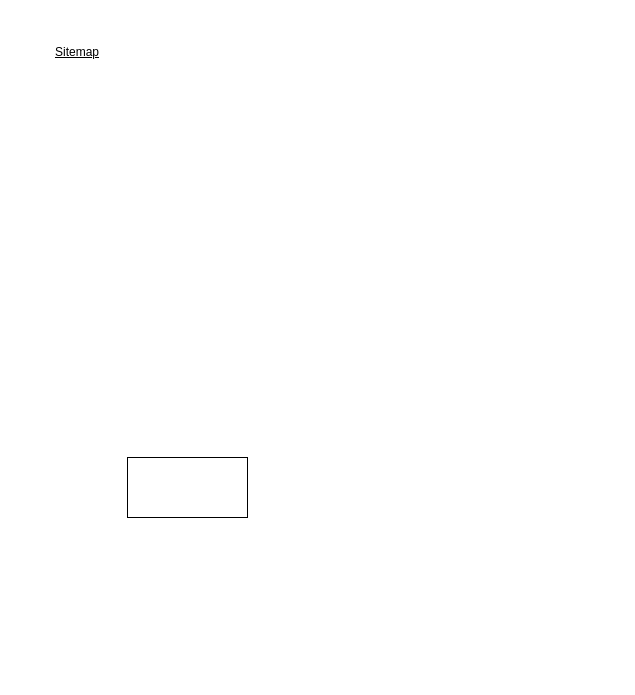
The draw.io diagram Website_Design_Process.drawio in johnseetoh25/draw.io_Gallery, before the edit. Source tidied: cells renumbered, new cells numbered last; positions are measured from the earlier drawing's top-left corner, leaving out a move shared by most shapes. Both pictures are drawn from the tidied source at 100%, with x=0, y=0 at pixel (47, 37).
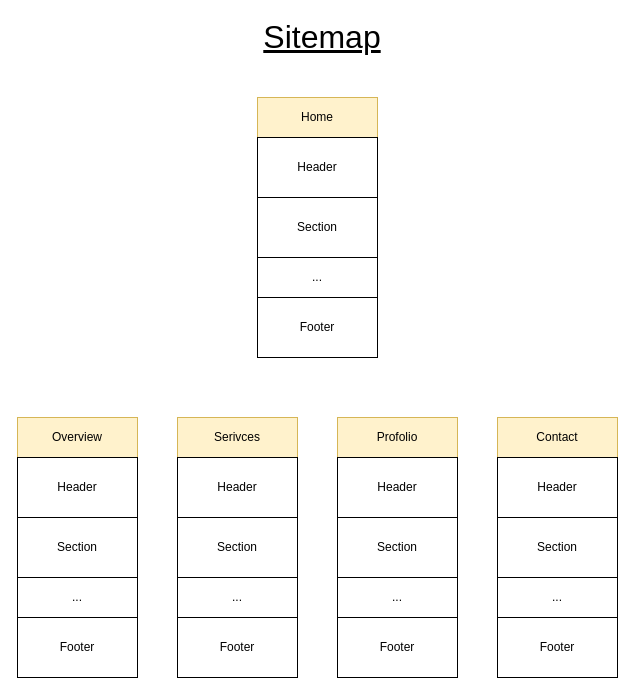
After the change.

Change to the diagram source:
```diff
@@
-    <mxCell id="2" style="rounded=0;whiteSpace=wrap;html=1;" parent="1" vertex="1">
-      <mxGeometry x="80" y="420" width="120" height="60" as="geometry" />
+    <mxCell id="2" value="Home" style="rounded=0;whiteSpace=wrap;html=1;fillColor=#fff2cc;strokeColor=#d6b656;" parent="1" vertex="1">
+      <mxGeometry x="210" y="60" width="120" height="40" as="geometry" />
     </mxCell>
-    <mxCell id="3" value="Sitemap" style="text;html=1;align=center;verticalAlign=middle;whiteSpace=wrap;rounded=0;fontStyle=4;" parent="1" vertex="1">
-      <mxGeometry width="60" height="29" as="geometry" />
+    <mxCell id="3" value="Sitemap" style="text;html=1;align=center;verticalAlign=middle;whiteSpace=wrap;rounded=0;fontStyle=4;fontSize=32;" parent="1" vertex="1">
+      <mxGeometry x="215" y="-20" width="120" height="40" as="geometry" />
     </mxCell>
+    <mxCell id="4" value="Header" style="rounded=0;whiteSpace=wrap;html=1;" parent="1" vertex="1">
+      <mxGeometry x="210" y="100" width="120" height="60" as="geometry" />
+    </mxCell>
+    <mxCell id="5" value="Section" style="rounded=0;whiteSpace=wrap;html=1;" parent="1" vertex="1">
+      <mxGeometry x="210" y="160" width="120" height="60" as="geometry" />
+    </mxCell>
+    <mxCell id="6" value="Footer" style="rounded=0;whiteSpace=wrap;html=1;" parent="1" vertex="1">
+      <mxGeometry x="210" y="260" width="120" height="60" as="geometry" />
+    </mxCell>
+    <mxCell id="7" value="..." style="rounded=0;whiteSpace=wrap;html=1;" parent="1" vertex="1">
+      <mxGeometry x="210" y="220" width="120" height="40" as="geometry" />
+    </mxCell>
+    <mxCell id="8" value="Overview" style="rounded=0;whiteSpace=wrap;html=1;fillColor=#fff2cc;strokeColor=#d6b656;" parent="1" vertex="1">
+      <mxGeometry x="-30" y="380" width="120" height="40" as="geometry" />
+    </mxCell>
+    <mxCell id="9" value="Header" style="rounded=0;whiteSpace=wrap;html=1;" parent="1" vertex="1">
+      <mxGeometry x="-30" y="420" width="120" height="60" as="geometry" />
+    </mxCell>
+    <mxCell id="10" value="Section" style="rounded=0;whiteSpace=wrap;html=1;" parent="1" vertex="1">
+      <mxGeometry x="-30" y="480" width="120" height="60" as="geometry" />
+    </mxCell>
+    <mxCell id="11" value="Footer" style="rounded=0;whiteSpace=wrap;html=1;" parent="1" vertex="1">
+      <mxGeometry x="-30" y="580" width="120" height="60" as="geometry" />
+    </mxCell>
+    <mxCell id="12" value="..." style="rounded=0;whiteSpace=wrap;html=1;" parent="1" vertex="1">
+      <mxGeometry x="-30" y="540" width="120" height="40" as="geometry" />
+    </mxCell>
+    <mxCell id="13" value="Serivces" style="rounded=0;whiteSpace=wrap;html=1;fillColor=#fff2cc;strokeColor=#d6b656;" parent="1" vertex="1">
+      <mxGeometry x="130" y="380" width="120" height="40" as="geometry" />
+    </mxCell>
+    <mxCell id="14" value="Header" style="rounded=0;whiteSpace=wrap;html=1;" parent="1" vertex="1">
+      <mxGeometry x="130" y="420" width="120" height="60" as="geometry" />
+    </mxCell>
+    <mxCell id="15" value="Section" style="rounded=0;whiteSpace=wrap;html=1;" parent="1" vertex="1">
+      <mxGeometry x="130" y="480" width="120" height="60" as="geometry" />
+    </mxCell>
+    <mxCell id="16" value="Footer" style="rounded=0;whiteSpace=wrap;html=1;" parent="1" vertex="1">
+      <mxGeometry x="130" y="580" width="120" height="60" as="geometry" />
+    </mxCell>
+    <mxCell id="17" value="..." style="rounded=0;whiteSpace=wrap;html=1;" parent="1" vertex="1">
+      <mxGeometry x="130" y="540" width="120" height="40" as="geometry" />
+    </mxCell>
+    <mxCell id="18" value="Profolio" style="rounded=0;whiteSpace=wrap;html=1;fillColor=#fff2cc;strokeColor=#d6b656;" parent="1" vertex="1">
+      <mxGeometry x="290" y="380" width="120" height="40" as="geometry" />
+    </mxCell>
+    <mxCell id="19" value="Header" style="rounded=0;whiteSpace=wrap;html=1;" parent="1" vertex="1">
+      <mxGeometry x="290" y="420" width="120" height="60" as="geometry" />
+    </mxCell>
+    <mxCell id="20" value="Section" style="rounded=0;whiteSpace=wrap;html=1;" parent="1" vertex="1">
+      <mxGeometry x="290" y="480" width="120" height="60" as="geometry" />
+    </mxCell>
+    <mxCell id="21" value="Footer" style="rounded=0;whiteSpace=wrap;html=1;" parent="1" vertex="1">
+      <mxGeometry x="290" y="580" width="120" height="60" as="geometry" />
+    </mxCell>
+    <mxCell id="22" value="..." style="rounded=0;whiteSpace=wrap;html=1;" parent="1" vertex="1">
+      <mxGeometry x="290" y="540" width="120" height="40" as="geometry" />
+    </mxCell>
+    <mxCell id="23" value="Contact" style="rounded=0;whiteSpace=wrap;html=1;fillColor=#fff2cc;strokeColor=#d6b656;" parent="1" vertex="1">
+      <mxGeometry x="450" y="380" width="120" height="40" as="geometry" />
+    </mxCell>
+    <mxCell id="24" value="Header" style="rounded=0;whiteSpace=wrap;html=1;" parent="1" vertex="1">
+      <mxGeometry x="450" y="420" width="120" height="60" as="geometry" />
+    </mxCell>
+    <mxCell id="25" value="Section" style="rounded=0;whiteSpace=wrap;html=1;" parent="1" vertex="1">
+      <mxGeometry x="450" y="480" width="120" height="60" as="geometry" />
+    </mxCell>
+    <mxCell id="26" value="Footer" style="rounded=0;whiteSpace=wrap;html=1;" parent="1" vertex="1">
+      <mxGeometry x="450" y="580" width="120" height="60" as="geometry" />
+    </mxCell>
+    <mxCell id="27" value="..." style="rounded=0;whiteSpace=wrap;html=1;" parent="1" vertex="1">
+      <mxGeometry x="450" y="540" width="120" height="40" as="geometry" />
+    </mxCell>
```
